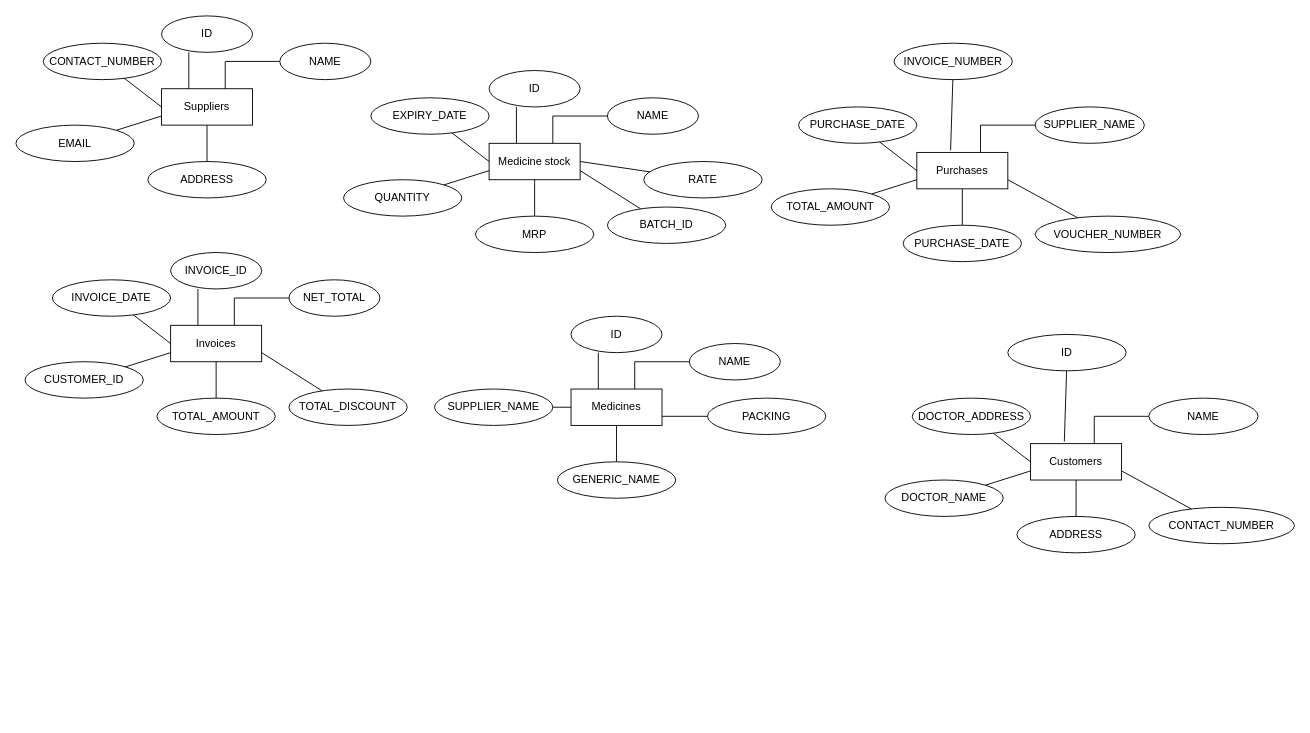
Before: Proper Pharmacy.drawio in Blazeleo/GameDB, a draw.io diagram. Source tidied: cells renumbered, new cells numbered last; positions are measured from the earlier drawing's top-left corner, leaving out a move shared by most shapes. Both pictures are drawn from the tidied source at 91%, with x=0, y=0 at pixel (15, 15).
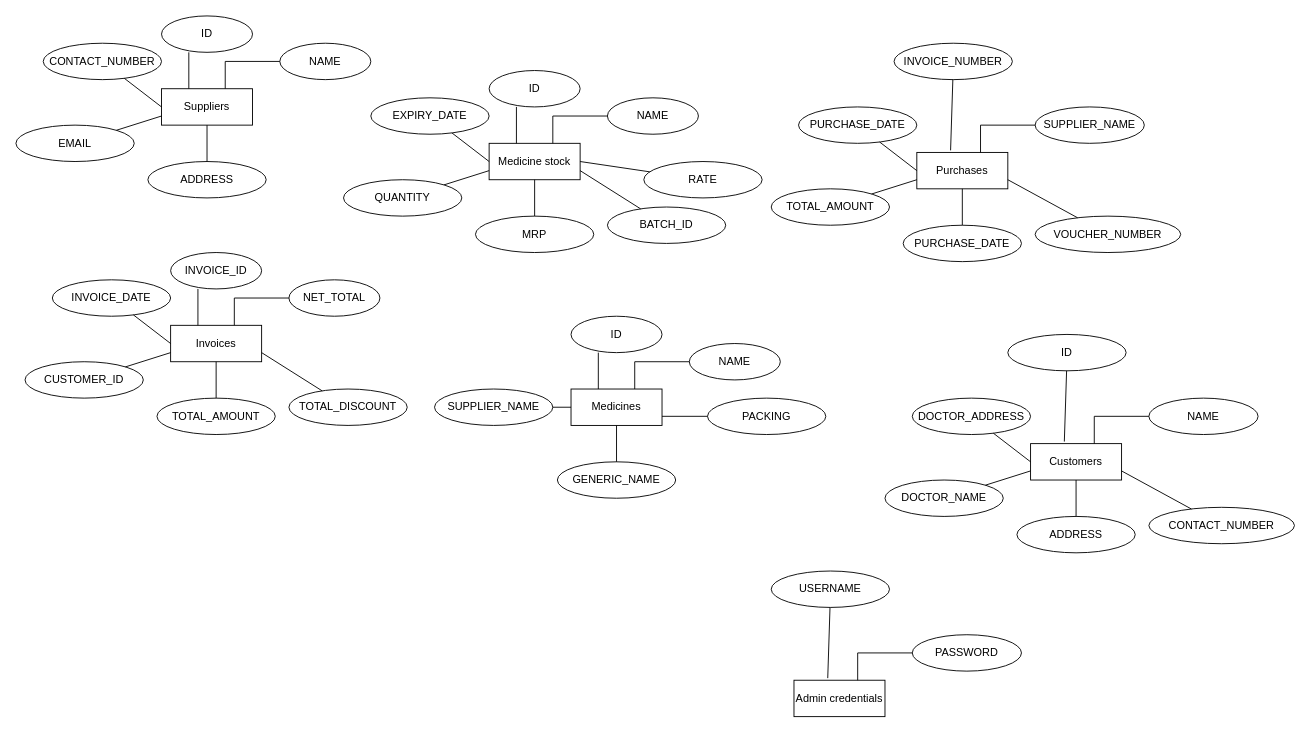
Above is the later version.

Diff of the diagram source:
```diff
@@
+    <mxCell id="78" value="Admin credentials" style="whiteSpace=wrap;html=1;align=center;" parent="1" vertex="1">
+      <mxGeometry x="855" y="730" width="100" height="40" as="geometry" />
+    </mxCell>
+    <mxCell id="79" value="PASSWORD" style="ellipse;whiteSpace=wrap;html=1;align=center;" parent="1" vertex="1">
+      <mxGeometry x="985" y="680" width="120" height="40" as="geometry" />
+    </mxCell>
+    <mxCell id="80" style="endArrow=none;html=1;rounded=0;entryX=0;entryY=0.5;entryDx=0;entryDy=0;exitX=0.7;exitY=0;exitDx=0;exitDy=0;exitPerimeter=0;" parent="1" edge="1" source="78" target="79">
+      <mxGeometry relative="1" as="geometry">
+        <Array as="points">
+          <mxPoint x="925" y="700" />
+        </Array>
+      </mxGeometry>
+    </mxCell>
+    <mxCell id="81" value="USERNAME" style="ellipse;whiteSpace=wrap;html=1;align=center;" parent="1" vertex="1">
+      <mxGeometry x="830" y="610" width="130" height="40" as="geometry" />
+    </mxCell>
+    <mxCell id="82" style="endArrow=none;html=1;rounded=0;exitX=0.371;exitY=-0.057;exitDx=0;exitDy=0;exitPerimeter=0;" parent="1" edge="1" source="78" target="81">
+      <mxGeometry relative="1" as="geometry" />
+    </mxCell>
```
